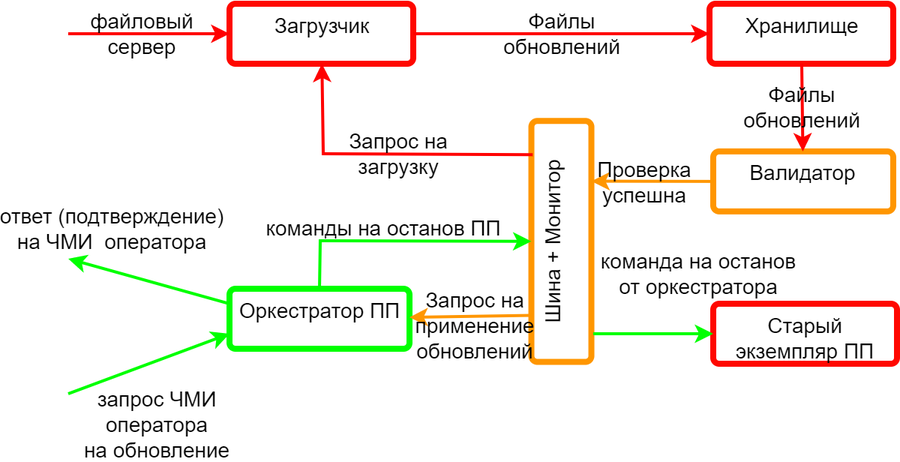
Above: docs/images/arch_update_pp.png in FoxhoundTeam/KasperskyCyberimmunityHack2023 (draw.io), before the change. Source tidied: cells renumbered, new cells last; positions are measured from the earlier drawing's top-left corner, leaving out a move shared by most shapes. The source it was exported from:
```xml
<mxGraphModel>
  <root>
    <mxCell id="0" />
    <mxCell id="1" parent="0" />
    <mxCell id="2" value="Оркестратор ПП" style="rounded=1;whiteSpace=wrap;html=1;rotation=0;fontSize=14;verticalAlign=top;fillColor=none;strokeColor=#00FF00;arcSize=10;strokeWidth=4;" parent="1" vertex="1">
      <mxGeometry x="107.5" y="190" width="120" height="40" as="geometry" />
    </mxCell>
    <mxCell id="3" value="ответ (подтверждение)&lt;br style=&quot;font-size: 14px;&quot;&gt;на ЧМИ&amp;nbsp; оператора" style="endArrow=classic;html=1;rounded=0;fontSize=14;strokeColor=#00ff00;strokeWidth=2;labelBackgroundColor=none;startArrow=none;startFill=0;exitX=0;exitY=0.25;exitDx=0;exitDy=0;" parent="1" edge="1" source="2">
      <mxGeometry x="0.58" y="-27" relative="1" as="geometry">
        <mxPoint y="170" as="targetPoint" />
      </mxGeometry>
    </mxCell>
    <mxCell id="4" value="Хранилище" style="rounded=1;whiteSpace=wrap;html=1;fontSize=14;verticalAlign=top;fillColor=none;strokeColor=#ff0800;arcSize=10;strokeWidth=4;" parent="1" vertex="1">
      <mxGeometry x="427.5" width="122.5" height="40" as="geometry" />
    </mxCell>
    <mxCell id="5" value="Загрузчик" style="rounded=1;whiteSpace=wrap;html=1;fontSize=14;verticalAlign=top;fillColor=none;strokeColor=#ff0800;arcSize=10;strokeWidth=4;" parent="1" vertex="1">
      <mxGeometry x="107.5" width="122.5" height="40" as="geometry" />
    </mxCell>
    <mxCell id="6" value="Файлы&lt;br style=&quot;font-size: 14px;&quot;&gt;обновлений" style="endArrow=classic;html=1;rounded=0;fontSize=14;strokeColor=#ff0000;strokeWidth=2;labelBackgroundColor=none;" parent="1" edge="1" source="5" target="4">
      <mxGeometry relative="1" as="geometry" />
    </mxCell>
    <mxCell id="7" value="запрос ЧМИ &lt;br style=&quot;font-size: 14px;&quot;&gt;оператора&lt;br style=&quot;font-size: 14px;&quot;&gt;на обновление" style="endArrow=classic;html=1;rounded=0;fontSize=14;strokeColor=#00ff00;strokeWidth=2;labelBackgroundColor=none;startArrow=none;startFill=0;entryX=0;entryY=0.75;entryDx=0;entryDy=0;" parent="1" edge="1" target="2">
      <mxGeometry x="-0.14" y="-40" relative="1" as="geometry">
        <mxPoint y="260" as="sourcePoint" />
      </mxGeometry>
    </mxCell>
    <mxCell id="8" value="Шина + Монитор" style="rounded=1;whiteSpace=wrap;html=1;fontSize=14;verticalAlign=top;fillColor=none;strokeColor=#ff9600;arcSize=10;strokeWidth=4;rotation=-90;" parent="1" vertex="1">
      <mxGeometry x="248.4" y="138.4" width="160.6" height="40" as="geometry" />
    </mxCell>
    <mxCell id="9" value="Запрос на&lt;br style=&quot;font-size: 14px;&quot;&gt;загрузку" style="endArrow=classic;html=1;rounded=0;fontSize=14;strokeColor=#ff0000;strokeWidth=2;labelBackgroundColor=none;exitX=0.86;exitY=0.023;exitDx=0;exitDy=0;exitPerimeter=0;" parent="1" edge="1" source="8" target="5">
      <mxGeometry x="-0.1" relative="1" as="geometry">
        <Array as="points">
          <mxPoint x="170" y="100" />
        </Array>
      </mxGeometry>
    </mxCell>
    <mxCell id="10" style="endArrow=classic;html=1;rounded=0;fontSize=14;strokeColor=#ff9600;strokeWidth=2;labelBackgroundColor=default;exitX=0.193;exitY=0.009;exitDx=0;exitDy=0;exitPerimeter=0;" parent="1" edge="1" source="8" target="2">
      <mxGeometry x="0.67" y="-19" relative="1" as="geometry" />
    </mxCell>
    <mxCell id="11" value="Запрос на&lt;br style=&quot;border-color: var(--border-color); font-size: 14px;&quot;&gt;&lt;span style=&quot;font-size: 14px;&quot;&gt;применение&lt;/span&gt;&lt;br style=&quot;border-color: var(--border-color); font-size: 14px;&quot;&gt;&lt;span style=&quot;font-size: 14px;&quot;&gt;обновлений&lt;/span&gt;" style="edgeLabel;html=1;align=center;verticalAlign=middle;labelBackgroundColor=none;fontSize=14;" parent="10" vertex="1">
      <mxGeometry x="-0.37" y="-1" relative="1" as="geometry">
        <mxPoint x="-13" y="7" as="offset" />
      </mxGeometry>
    </mxCell>
    <mxCell id="12" value="Валидатор" style="rounded=1;whiteSpace=wrap;html=1;rotation=0;fontSize=14;verticalAlign=top;fillColor=none;strokeColor=#ff9600;arcSize=10;strokeWidth=4;" parent="1" vertex="1">
      <mxGeometry x="430" y="98.4" width="120" height="40" as="geometry" />
    </mxCell>
    <mxCell id="13" value="Файлы&lt;br style=&quot;font-size: 14px;&quot;&gt;обновлений" style="endArrow=classic;html=1;rounded=0;fontSize=14;strokeColor=#ff0000;strokeWidth=2;labelBackgroundColor=none;" parent="1" edge="1" source="4" target="12">
      <mxGeometry relative="1" as="geometry" />
    </mxCell>
    <mxCell id="14" style="endArrow=classic;html=1;rounded=0;fontSize=14;strokeColor=#ff9600;strokeWidth=2;labelBackgroundColor=default;exitX=0;exitY=0.5;exitDx=0;exitDy=0;entryX=0.75;entryY=1;entryDx=0;entryDy=0;" parent="1" edge="1" source="12" target="8">
      <mxGeometry x="0.67" y="-19" relative="1" as="geometry" />
    </mxCell>
    <mxCell id="15" value="Проверка&lt;br&gt;успешна" style="edgeLabel;html=1;align=center;verticalAlign=middle;labelBackgroundColor=none;fontSize=14;" parent="14" vertex="1">
      <mxGeometry x="-0.37" y="-1" relative="1" as="geometry">
        <mxPoint x="-21" y="1" as="offset" />
      </mxGeometry>
    </mxCell>
    <mxCell id="16" value="команды на останов ПП" style="endArrow=classic;html=1;rounded=0;fontSize=14;strokeColor=#00ff00;strokeWidth=2;labelBackgroundColor=none;startArrow=none;startFill=0;exitX=0.5;exitY=0;exitDx=0;exitDy=0;" parent="1" edge="1" source="2" target="8">
      <mxGeometry x="-0.14" y="8" relative="1" as="geometry">
        <Array as="points">
          <mxPoint x="168" y="158" />
        </Array>
      </mxGeometry>
    </mxCell>
    <mxCell id="17" value="Старый экземпляр ПП" style="rounded=1;whiteSpace=wrap;html=1;fontSize=14;verticalAlign=top;fillColor=none;strokeColor=#ff0800;arcSize=10;strokeWidth=4;" parent="1" vertex="1">
      <mxGeometry x="430" y="200" width="122.5" height="40" as="geometry" />
    </mxCell>
    <mxCell id="18" value="команда на останов&lt;br&gt;от оркестратора" style="endArrow=classic;html=1;rounded=0;fontSize=14;strokeColor=#00ff00;strokeWidth=2;labelBackgroundColor=none;startArrow=none;startFill=0;entryX=0;entryY=0.5;entryDx=0;entryDy=0;" parent="1" edge="1" target="17">
      <mxGeometry x="0.75" y="40" relative="1" as="geometry">
        <mxPoint x="350" y="220" as="sourcePoint" />
      </mxGeometry>
    </mxCell>
    <mxCell id="19" value="файловый&lt;br&gt;сервер" style="endArrow=classic;html=1;rounded=0;fontSize=14;strokeColor=#ff0000;strokeWidth=2;labelBackgroundColor=none;entryX=0;entryY=0.5;entryDx=0;entryDy=0;" parent="1" edge="1" target="5">
      <mxGeometry x="-0.1" relative="1" as="geometry">
        <mxPoint y="20" as="sourcePoint" />
      </mxGeometry>
    </mxCell>
  </root>
</mxGraphModel>
```
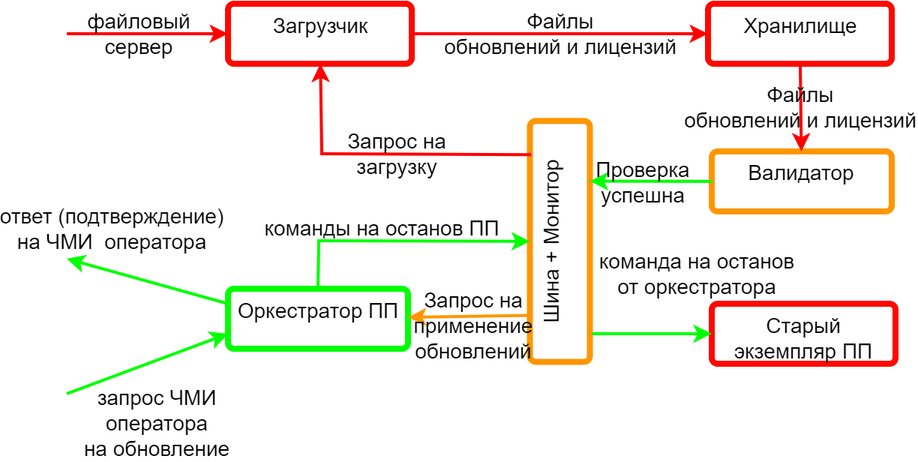
After the change.

What changed in the source:
```diff
@@ -16,7 +16,7 @@
     <mxCell id="5" value="Загрузчик" style="rounded=1;whiteSpace=wrap;html=1;fontSize=14;verticalAlign=top;fillColor=none;strokeColor=#ff0800;arcSize=10;strokeWidth=4;" parent="1" vertex="1">
       <mxGeometry x="107.5" width="122.5" height="40" as="geometry" />
     </mxCell>
-    <mxCell id="6" value="Файлы&lt;br style=&quot;font-size: 14px;&quot;&gt;обновлений" style="endArrow=classic;html=1;rounded=0;fontSize=14;strokeColor=#ff0000;strokeWidth=2;labelBackgroundColor=none;" parent="1" edge="1" source="5" target="4">
+    <mxCell id="6" value="Файлы&lt;br style=&quot;font-size: 14px;&quot;&gt;обновлений и лицензий" style="endArrow=classic;html=1;rounded=0;fontSize=14;strokeColor=#ff0000;strokeWidth=2;labelBackgroundColor=none;" parent="1" edge="1" source="5" target="4">
       <mxGeometry relative="1" as="geometry" />
     </mxCell>
     <mxCell id="7" value="запрос ЧМИ &lt;br style=&quot;font-size: 14px;&quot;&gt;оператора&lt;br style=&quot;font-size: 14px;&quot;&gt;на обновление" style="endArrow=classic;html=1;rounded=0;fontSize=14;strokeColor=#00ff00;strokeWidth=2;labelBackgroundColor=none;startArrow=none;startFill=0;entryX=0;entryY=0.75;entryDx=0;entryDy=0;" parent="1" edge="1" target="2">
@@ -45,10 +45,10 @@
     <mxCell id="12" value="Валидатор" style="rounded=1;whiteSpace=wrap;html=1;rotation=0;fontSize=14;verticalAlign=top;fillColor=none;strokeColor=#ff9600;arcSize=10;strokeWidth=4;" parent="1" vertex="1">
       <mxGeometry x="430" y="98.4" width="120" height="40" as="geometry" />
     </mxCell>
-    <mxCell id="13" value="Файлы&lt;br style=&quot;font-size: 14px;&quot;&gt;обновлений" style="endArrow=classic;html=1;rounded=0;fontSize=14;strokeColor=#ff0000;strokeWidth=2;labelBackgroundColor=none;" parent="1" edge="1" source="4" target="12">
+    <mxCell id="13" value="Файлы&lt;br style=&quot;font-size: 14px;&quot;&gt;обновлений и лицензий" style="endArrow=classic;html=1;rounded=0;fontSize=14;strokeColor=#ff0000;strokeWidth=2;labelBackgroundColor=none;" parent="1" edge="1" source="4" target="12">
       <mxGeometry relative="1" as="geometry" />
     </mxCell>
-    <mxCell id="14" style="endArrow=classic;html=1;rounded=0;fontSize=14;strokeColor=#ff9600;strokeWidth=2;labelBackgroundColor=default;exitX=0;exitY=0.5;exitDx=0;exitDy=0;entryX=0.75;entryY=1;entryDx=0;entryDy=0;" parent="1" edge="1" source="12" target="8">
+    <mxCell id="14" style="endArrow=classic;html=1;rounded=0;fontSize=14;strokeColor=#00FF00;strokeWidth=2;labelBackgroundColor=default;exitX=0;exitY=0.5;exitDx=0;exitDy=0;entryX=0.75;entryY=1;entryDx=0;entryDy=0;" parent="1" edge="1" source="12" target="8">
       <mxGeometry x="0.67" y="-19" relative="1" as="geometry" />
     </mxCell>
     <mxCell id="15" value="Проверка&lt;br&gt;успешна" style="edgeLabel;html=1;align=center;verticalAlign=middle;labelBackgroundColor=none;fontSize=14;" parent="14" vertex="1">
```
